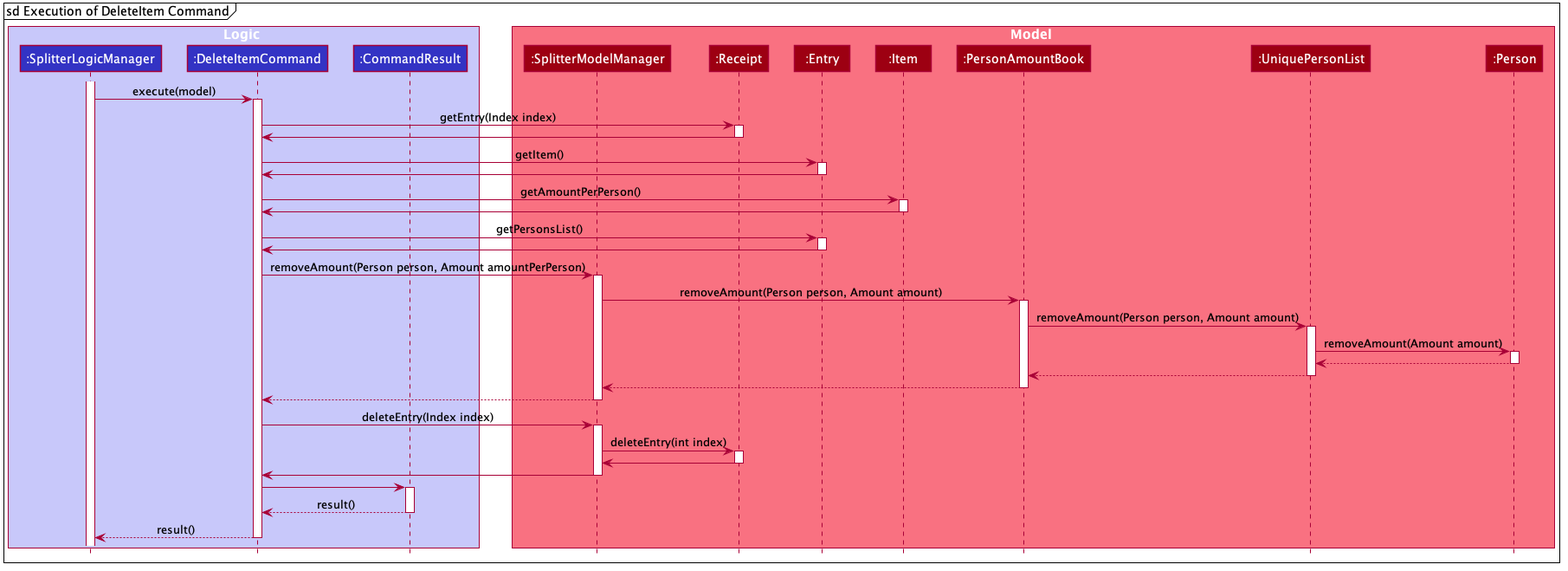
The PlantUML diagram images/ExpenseSplitterDeleteItemCommandSequenceDiagram2.png in AY1920S2-CS2103T-W13-1/main, before a commit.
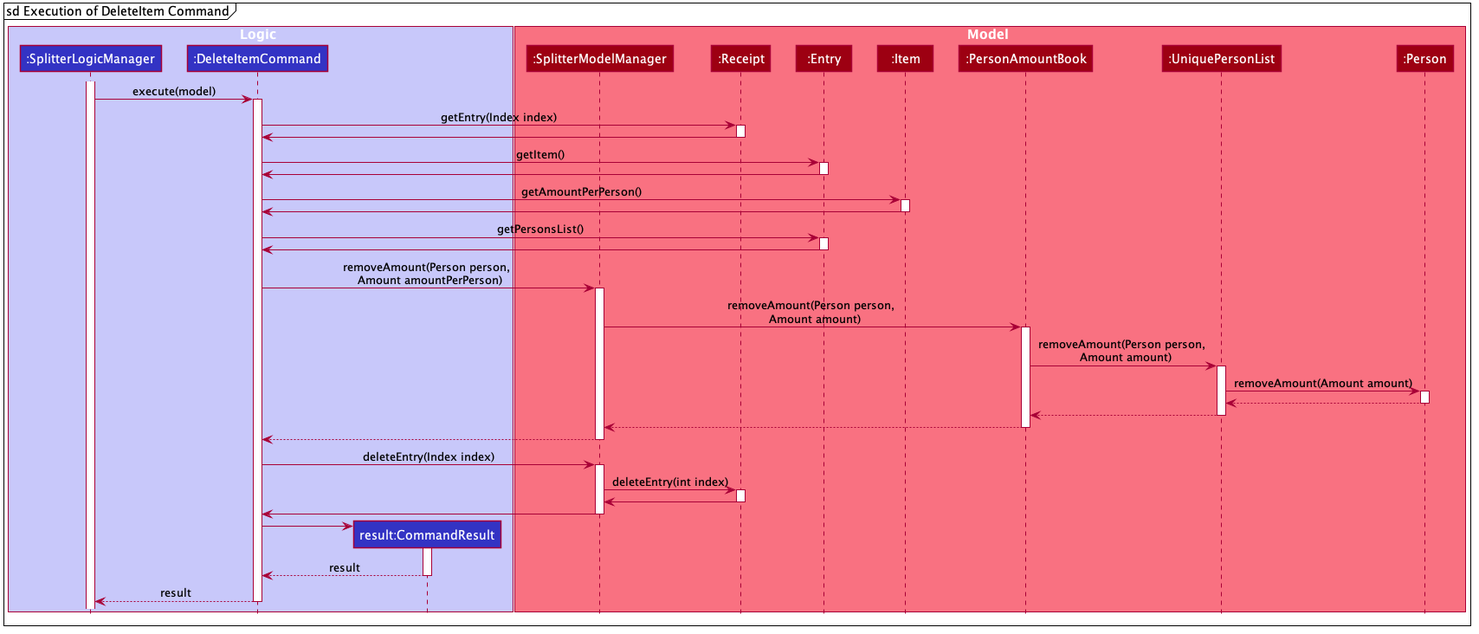
The same diagram one commit later.

What changed in the source:
```diff
@@ -53,7 +53,7 @@
 box Logic #C8C8FA
 participant ":SplitterLogicManager" as SplitterLogicManager #3333C4
 participant ":DeleteItemCommand" as DeleteItemCommand #3333C4
-participant ":CommandResult" as CommandResult #3333C4
+participant "result:CommandResult" as CommandResult #3333C4
 end box
 
 box Model #F97181
@@ -94,13 +94,13 @@
 Entry -> DeleteItemCommand
 deactivate Entry
 
-DeleteItemCommand -> SplitterModelManager : removeAmount(Person person, Amount amountPerPerson)
+DeleteItemCommand -> SplitterModelManager : removeAmount(Person person, \n Amount amountPerPerson)
 activate SplitterModelManager
 
-SplitterModelManager -> PersonAmountBook : removeAmount(Person person, Amount amount)
+SplitterModelManager -> PersonAmountBook : removeAmount(Person person, \n Amount amount)
 activate PersonAmountBook
 
-PersonAmountBook -> UniquePersonList : removeAmount(Person person, Amount amount)
+PersonAmountBook -> UniquePersonList : removeAmount(Person person, \n Amount amount)
 activate UniquePersonList
 
 UniquePersonList -> Person : removeAmount(Amount amount)
@@ -130,12 +130,13 @@
 SplitterModelManager -> DeleteItemCommand
 deactivate SplitterModelManager
 
+create CommandResult
 DeleteItemCommand -> CommandResult
 activate CommandResult
 
-CommandResult --> DeleteItemCommand : result()
+CommandResult --> DeleteItemCommand : result
 deactivate CommandResult
 
-DeleteItemCommand --> SplitterLogicManager : result()
+DeleteItemCommand --> SplitterLogicManager : result
 deactivate DeleteItemCommand
 @enduml
```
